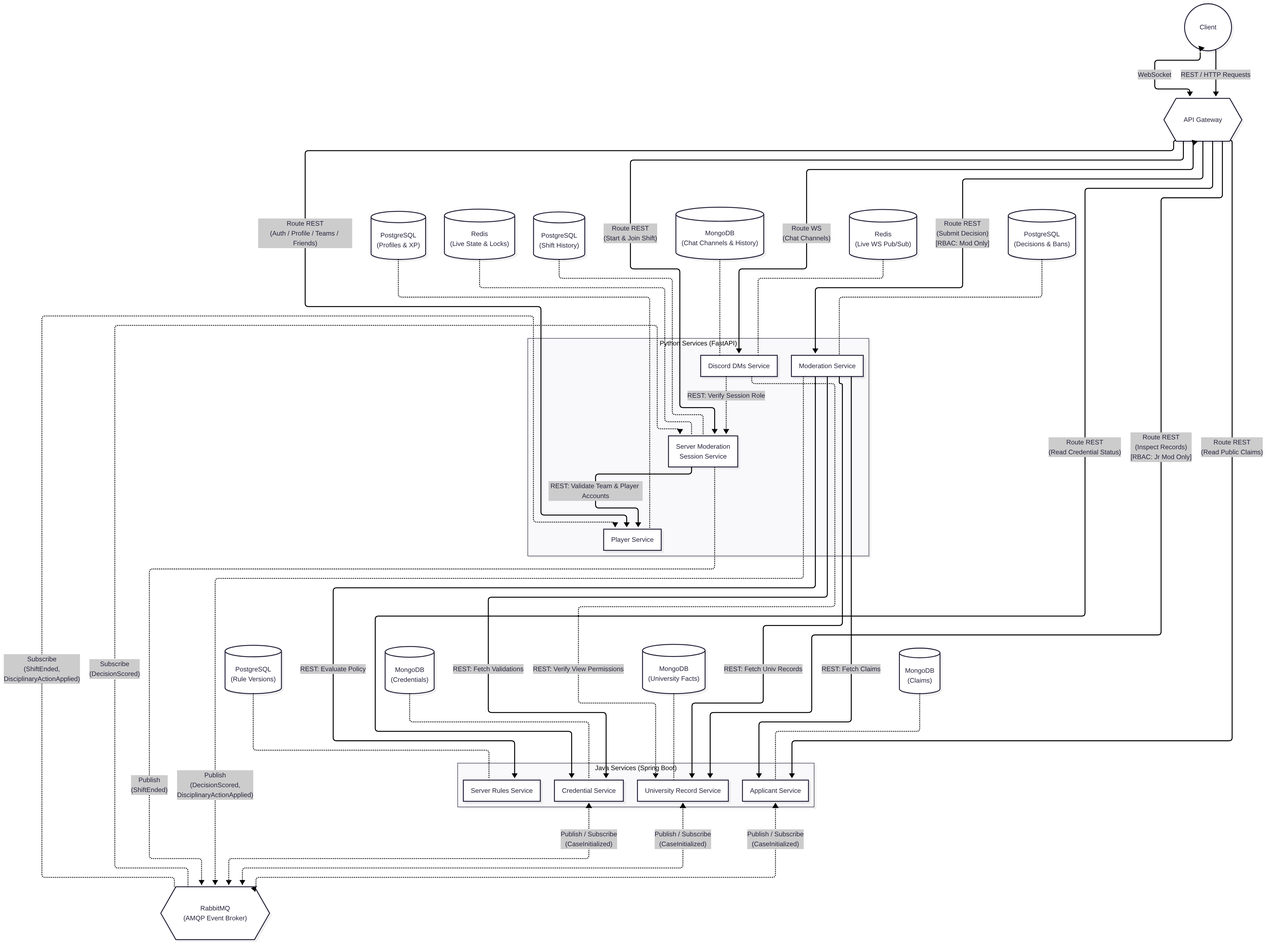
Above: docs/architecture.png in ChillGuysStudio/student-id-please (Mermaid), before the change. Its source is kept beside it as docs/architecture.mmd.
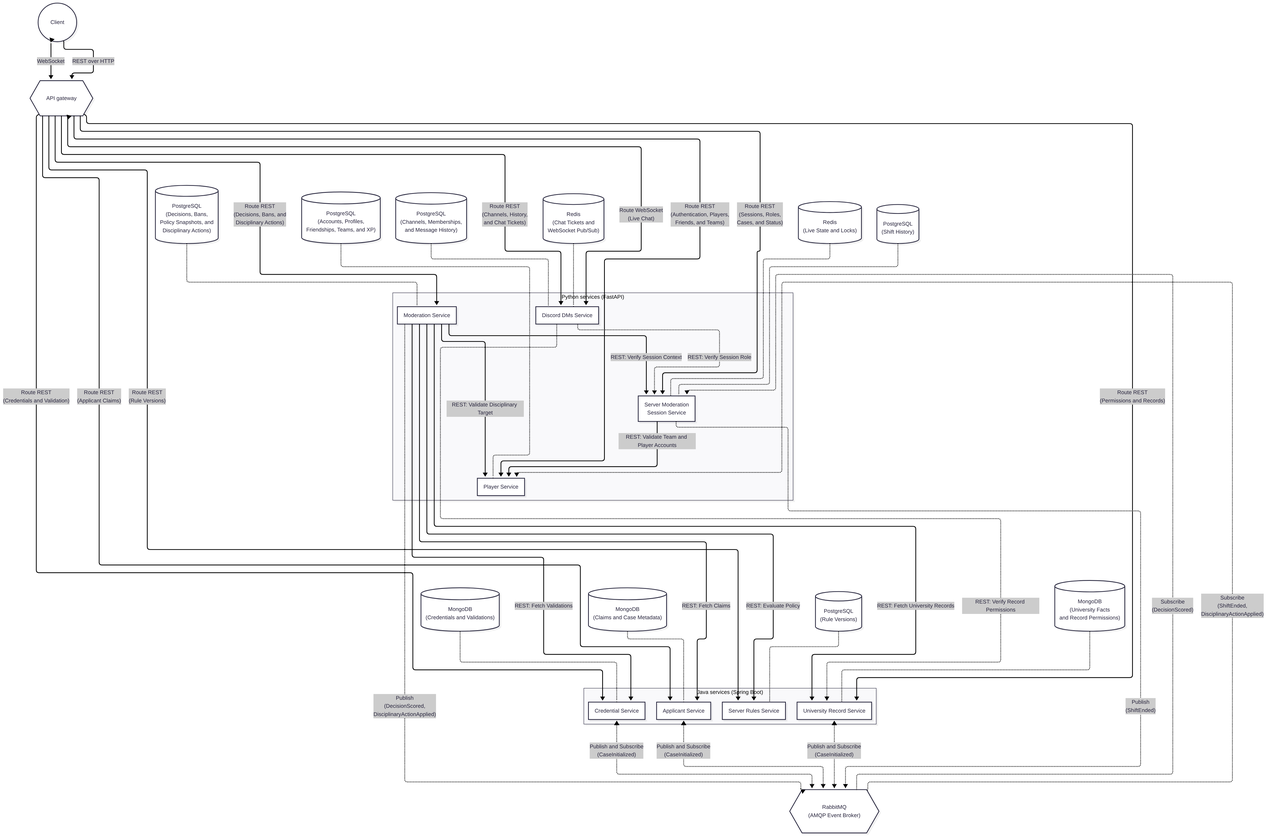
Above is the later version.

Commit message:
docs(architecture): sync services and storage

What changed in the source:
```diff
@@ -9,52 +9,54 @@
 flowchart TB
     C(("Client"))
 
-    AGW{{"API Gateway"}}
+    AGW{{"API gateway"}}
 
     EB{{"RabbitMQ<br/>(AMQP Event Broker)"}}
 
-    subgraph Java_Services ["Java Services (Spring Boot)"]
+    subgraph Java_Services ["Java services (Spring Boot)"]
         AS["Applicant Service"]
         CS["Credential Service"]
         SRS["Server Rules Service"]
         URS["University Record Service"]
     end
 
-    subgraph Python_Services ["Python Services (FastAPI)"]
+    subgraph Python_Services ["Python services (FastAPI)"]
         PS["Player Service"]
         SMS["Server Moderation<br/>Session Service"]
         MS["Moderation Service"]
         DMS["Discord DMs Service"]
     end
 
-    dbAS[("MongoDB<br/>(Claims)")] -.- AS
-    dbCS[("MongoDB<br/>(Credentials)")] -.- CS
+    dbAS[("MongoDB<br/>(Claims and Case Metadata)")] -.- AS
+    dbCS[("MongoDB<br/>(Credentials and Validations)")] -.- CS
     dbSRS[("PostgreSQL<br/>(Rule Versions)")] -.- SRS
-    dbURS[("MongoDB<br/>(University Facts)")] -.- URS
+    dbURS[("MongoDB<br/>(University Facts<br/>and Record Permissions)")] -.- URS
 
-    dbPS[("PostgreSQL<br/>(Profiles & XP)")] -.- PS
-    dbMS[("PostgreSQL<br/>(Decisions & Bans)")] -.- MS
+    dbPS[("PostgreSQL<br/>(Accounts, Profiles,<br/>Friendships, Teams, and XP)")] -.- PS
+    dbMS[("PostgreSQL<br/>(Decisions, Bans,<br/>Policy Snapshots, and<br/>Disciplinary Actions)")] -.- MS
 
-    dbSMS_Redis[("Redis<br/>(Live State & Locks)")] -.- SMS
+    dbSMS_Redis[("Redis<br/>(Live State and Locks)")] -.- SMS
     dbSMS_PG[("PostgreSQL<br/>(Shift History)")] -.- SMS
 
-    dbDMS_Redis[("Redis<br/>(Live WS Pub/Sub)")] -.- DMS
-    dbDMS_Mongo[("MongoDB<br/>(Chat Channels & History)")] -.- DMS
+    dbDMS_Redis[("Redis<br/>(Chat Tickets and<br/>WebSocket Pub/Sub)")] -.- DMS
+    dbDMS_PG[("PostgreSQL<br/>(Channels, Memberships,<br/>and Message History)")] -.- DMS
 
     C <-->|"WebSocket"| AGW
-    C -->|"REST / HTTP Requests"| AGW
+    C -->|"REST over HTTP"| AGW
 
-    AGW -->|"Route REST<br/>(Auth / Profile / Teams / Friends)"| PS
-    AGW -->|"Route REST<br/>(Start & Join Shift)"| SMS
-    AGW -->|"Route REST<br/>(Read Public Claims)"| AS
-    AGW -->|"Route REST<br/>(Read Credential Status)"| CS
-    AGW -->|"Route REST<br/>(Inspect Records)<br/>[RBAC: Jr Mod Only]"| URS
-    AGW -->|"Route REST<br/>(Submit Decision)<br/>[RBAC: Mod Only]"| MS
-    AGW <-->|"Route WS<br/>(Chat Channels)"| DMS
+    AGW -->|"Route REST<br/>(Authentication, Players,<br/>Friends, and Teams)"| PS
+    AGW -->|"Route REST<br/>(Sessions, Roles,<br/>Cases, and Status)"| SMS
+    AGW -->|"Route REST<br/>(Applicant Claims)"| AS
+    AGW -->|"Route REST<br/>(Credentials and Validation)"| CS
+    AGW -->|"Route REST<br/>(Rule Versions)"| SRS
+    AGW -->|"Route REST<br/>(Permissions and Records)"| URS
+    AGW -->|"Route REST<br/>(Decisions, Bans, and<br/>Disciplinary Actions)"| MS
+    AGW -->|"Route REST<br/>(Channels, History,<br/>and Chat Tickets)"| DMS
+    AGW <-->|"Route WebSocket<br/>(Live Chat)"| DMS
 
-    AS <.->|"Publish / Subscribe<br/>(CaseInitialized)"| EB
-    CS <.->|"Publish / Subscribe<br/>(CaseInitialized)"| EB
-    URS <.->|"Publish / Subscribe<br/>(CaseInitialized)"| EB
+    AS <.->|"Publish and Subscribe<br/>(CaseInitialized)"| EB
+    CS <.->|"Publish and Subscribe<br/>(CaseInitialized)"| EB
+    URS <.->|"Publish and Subscribe<br/>(CaseInitialized)"| EB
 
     MS -.->|"Publish<br/>(DecisionScored,<br/>DisciplinaryActionApplied)"| EB
     EB -.->|"Subscribe<br/>(DecisionScored)"| SMS
@@ -62,11 +64,13 @@
     SMS -.->|"Publish<br/>(ShiftEnded)"| EB
     EB -.->|"Subscribe<br/>(ShiftEnded,<br/>DisciplinaryActionApplied)"| PS
 
-    SMS -->|"REST: Validate Team & Player Accounts"| PS
+    SMS -->|"REST: Validate Team and Player Accounts"| PS
+    MS -->|"REST: Verify Session Context"| SMS
+    MS -->|"REST: Validate Disciplinary Target"| PS
     MS -->|"REST: Fetch Claims"| AS
     MS -->|"REST: Fetch Validations"| CS
-    MS -->|"REST: Fetch Univ Records"| URS
+    MS -->|"REST: Fetch University Records"| URS
     MS -->|"REST: Evaluate Policy"| SRS
 
     DMS -.->|"REST: Verify Session Role"| SMS
-    DMS -.->|"REST: Verify View Permissions"| URS
+    DMS -.->|"REST: Verify Record Permissions"| URS
```
